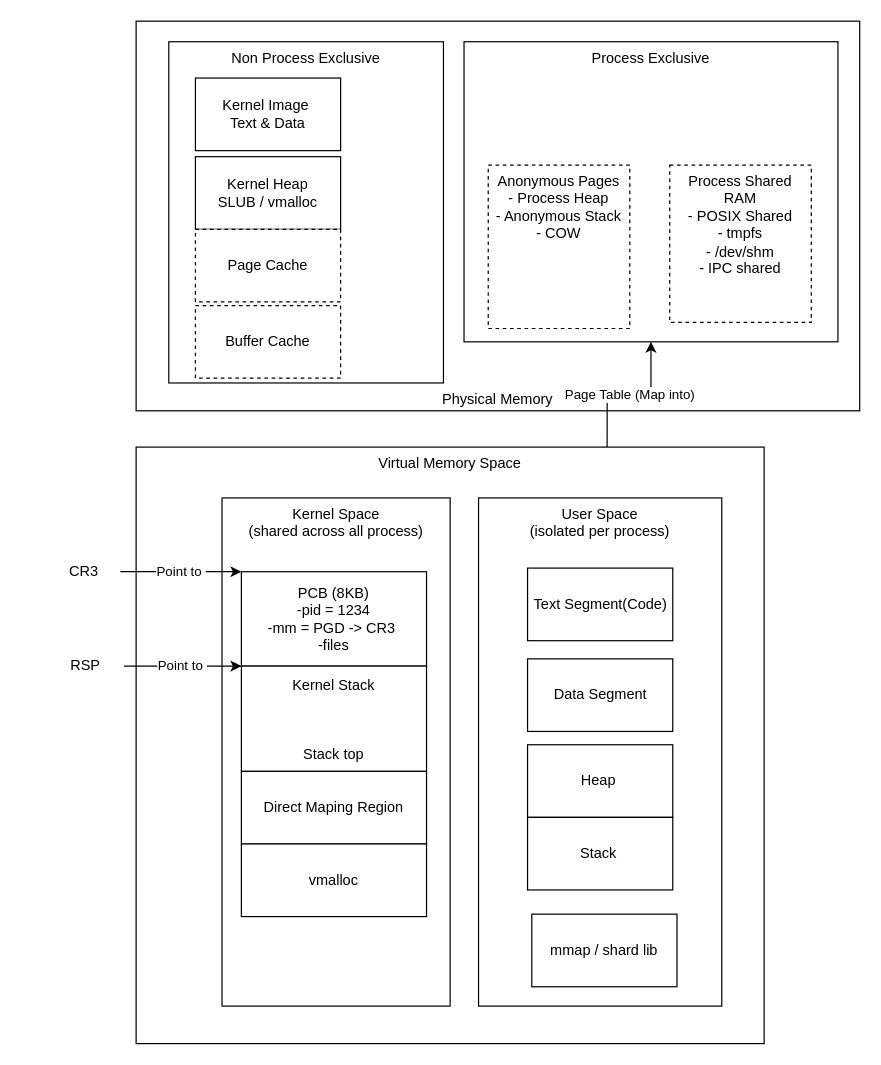
This is Linux_Mem.drawio from Albert-W/XMind, a draw.io file, before an edit. Source tidied: cells renumbered, new cells numbered last; positions are measured from the earlier drawing's top-left corner, leaving out a move shared by most shapes. Both pictures are drawn from the tidied source at 121%, with x=0, y=0 at pixel (47, 21).
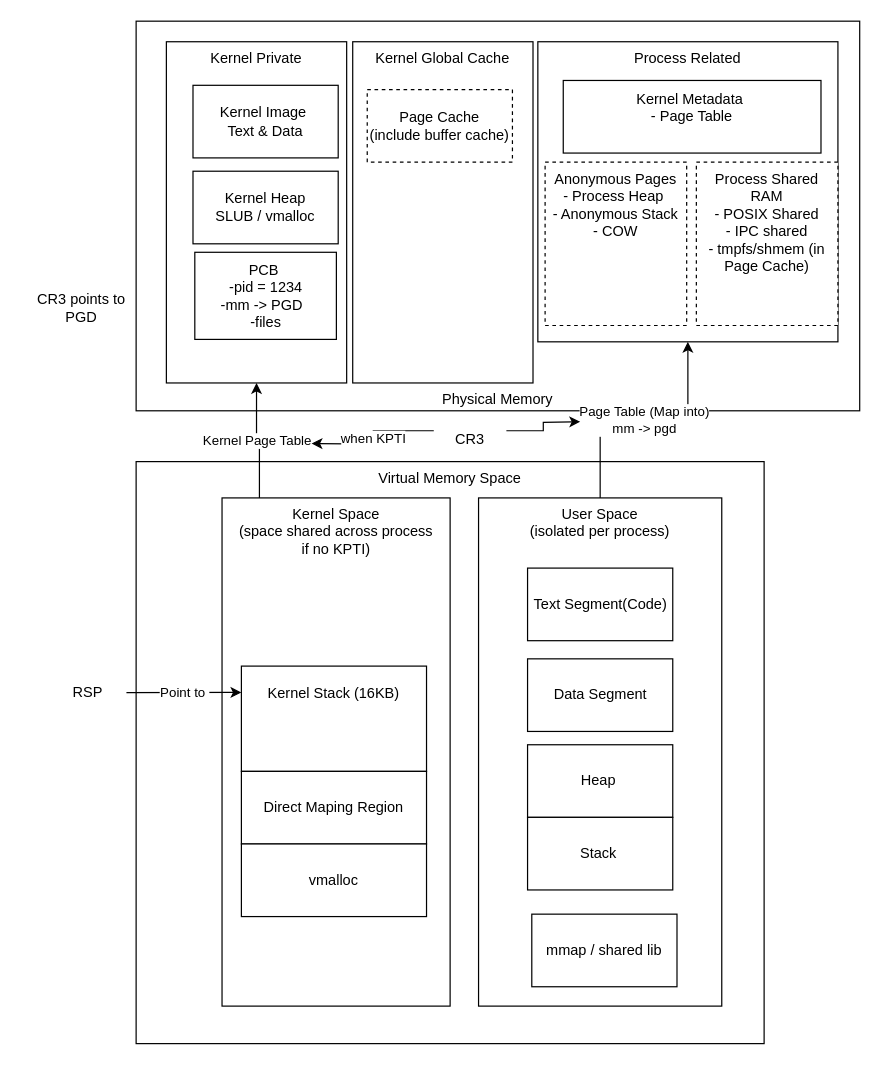
The same page after the edit.

Unchanged cells that the change refers to:
```xml
<mxCell id="15" value="User Space&lt;div&gt;(isolated per process)&lt;/div&gt;" style="rounded=0;whiteSpace=wrap;html=1;verticalAlign=top;" parent="1" vertex="1">
  <mxGeometry x="356" y="394" width="201" height="420" as="geometry" />
</mxCell>
```

What changed in the source:
```diff
@@
+    <mxCell id="4" value="Physical Memory" style="rounded=0;whiteSpace=wrap;html=1;verticalAlign=bottom;" parent="1" vertex="1">
+      <mxGeometry x="73" width="598" height="322" as="geometry" />
+    </mxCell>
+    <mxCell id="28" value="Kernel Global Cache" style="rounded=0;whiteSpace=wrap;html=1;verticalAlign=top;" parent="1" vertex="1">
+      <mxGeometry x="252" y="17" width="149" height="282" as="geometry" />
+    </mxCell>
     <mxCell id="2" value="Virtual Memory Space" style="rounded=0;whiteSpace=wrap;html=1;verticalAlign=top;" parent="1" vertex="1">
-      <mxGeometry x="73" y="352" width="519" height="493" as="geometry" />
+      <mxGeometry x="73" y="364" width="519" height="481" as="geometry" />
     </mxCell>
+    <mxCell id="29" value="Kernel Page Table" style="edgeStyle=orthogonalEdgeStyle;rounded=0;jettySize=auto;html=1;exitX=0.164;exitY=0;exitDx=0;exitDy=0;entryX=0.5;entryY=1;entryDx=0;entryDy=0;exitPerimeter=0;" parent="1" edge="1" source="3" target="6">
+      <mxGeometry relative="1" as="geometry" />
+    </mxCell>
-    <mxCell id="3" value="Kernel Space&lt;div&gt;(shared across all process)&lt;/div&gt;" style="rounded=0;whiteSpace=wrap;html=1;verticalAlign=top;" parent="1" vertex="1">
+    <mxCell id="3" value="Kernel Space&lt;div&gt;(space shared across process&lt;/div&gt;&lt;div&gt;if no KPTI)&lt;/div&gt;" style="rounded=0;whiteSpace=wrap;html=1;verticalAlign=top;" parent="1" vertex="1">
       <mxGeometry x="144" y="394" width="188.5" height="420" as="geometry" />
     </mxCell>
-    <mxCell id="4" value="Physical Memory" style="rounded=0;whiteSpace=wrap;html=1;verticalAlign=bottom;" parent="1" vertex="1">
-      <mxGeometry x="73" width="598" height="322" as="geometry" />
-    </mxCell>
-    <mxCell id="5" value="Process Exclusive" style="rounded=0;whiteSpace=wrap;html=1;verticalAlign=top;" parent="1" vertex="1">
-      <mxGeometry x="344" y="17" width="309" height="248" as="geometry" />
+    <mxCell id="5" value="Process Related" style="rounded=0;whiteSpace=wrap;html=1;verticalAlign=top;" parent="1" vertex="1">
+      <mxGeometry x="405" y="17" width="248" height="248" as="geometry" />
     </mxCell>
-    <mxCell id="6" value="Non Process Exclusive" style="rounded=0;whiteSpace=wrap;html=1;verticalAlign=top;" parent="1" vertex="1">
-      <mxGeometry x="100" y="17" width="227" height="282" as="geometry" />
+    <mxCell id="6" value="Kernel Private" style="rounded=0;whiteSpace=wrap;html=1;verticalAlign=top;" parent="1" vertex="1">
+      <mxGeometry x="98" y="17" width="149" height="282" as="geometry" />
     </mxCell>
-    <mxCell id="7" value="Page Table (Map into)" style="edgeStyle=orthogonalEdgeStyle;rounded=0;jettySize=auto;html=1;exitX=0.75;exitY=0;exitDx=0;exitDy=0;" parent="1" edge="1" source="2" target="5">
+    <mxCell id="7" value="Page Table (Map into)&lt;div&gt;mm -&amp;gt; pgd&lt;/div&gt;" style="edgeStyle=orthogonalEdgeStyle;rounded=0;jettySize=auto;html=1;" parent="1" edge="1" source="15" target="5">
       <mxGeometry relative="1" as="geometry" />
     </mxCell>
     <mxCell id="8" value="Kernel Image&amp;nbsp;&lt;br&gt;Text &amp;amp; Data" style="rounded=0;whiteSpace=wrap;html=1;" parent="1" vertex="1">
-      <mxGeometry x="122" y="47" width="120" height="60" as="geometry" />
+      <mxGeometry x="120" y="53" width="120" height="60" as="geometry" />
     </mxCell>
     <mxCell id="9" value="Kernel Heap&lt;div&gt;SLUB / vmalloc&lt;/div&gt;" style="rounded=0;whiteSpace=wrap;html=1;" parent="1" vertex="1">
-      <mxGeometry x="122" y="112" width="120" height="60" as="geometry" />
+      <mxGeometry x="120" y="124" width="120" height="60" as="geometry" />
     </mxCell>
-    <mxCell id="10" value="Anonymous Pages&lt;div&gt;- Process Heap&lt;/div&gt;&lt;div&gt;- Anonymous Stack&lt;/div&gt;&lt;div&gt;- COW&lt;/div&gt;" style="rounded=0;whiteSpace=wrap;html=1;dashed=1;verticalAlign=top;" parent="1" vertex="1">
-      <mxGeometry x="364" y="119" width="117" height="135" as="geometry" />
+    <mxCell id="10" value="Anonymous Pages&lt;div&gt;- Process Heap&amp;nbsp;&lt;/div&gt;&lt;div&gt;- Anonymous Stack&lt;/div&gt;&lt;div&gt;- COW&lt;/div&gt;" style="rounded=0;whiteSpace=wrap;html=1;dashed=1;verticalAlign=top;" parent="1" vertex="1">
+      <mxGeometry x="411" y="116.5" width="117" height="135" as="geometry" />
     </mxCell>
-    <mxCell id="11" value="Page Cache" style="rounded=0;whiteSpace=wrap;html=1;dashed=1;" parent="1" vertex="1">
-      <mxGeometry x="122" y="172" width="120" height="60" as="geometry" />
+    <mxCell id="11" value="Page Cache&lt;div&gt;(include buffer cache)&lt;/div&gt;" style="rounded=0;whiteSpace=wrap;html=1;dashed=1;" parent="1" vertex="1">
+      <mxGeometry x="264" y="56.5" width="120" height="60" as="geometry" />
     </mxCell>
-    <mxCell id="12" value="Buffer Cache" style="rounded=0;whiteSpace=wrap;html=1;dashed=1;" parent="1" vertex="1">
-      <mxGeometry x="122" y="235" width="120" height="60" as="geometry" />
-    </mxCell>
-    <mxCell id="13" value="PCB (8KB)&lt;div&gt;-pid = 1234&lt;/div&gt;&lt;div&gt;-mm = PGD -&amp;gt; CR3&amp;nbsp;&lt;/div&gt;&lt;div&gt;-files&lt;/div&gt;" style="rounded=0;whiteSpace=wrap;html=1;" parent="1" vertex="1">
-      <mxGeometry x="160" y="455" width="153" height="78" as="geometry" />
+    <mxCell id="13" value="PCB&amp;nbsp;&lt;div&gt;-pid = 1234&lt;/div&gt;&lt;div&gt;-mm -&amp;gt; PGD&amp;nbsp;&amp;nbsp;&lt;/div&gt;&lt;div&gt;-files&lt;/div&gt;" style="rounded=0;whiteSpace=wrap;html=1;" parent="1" vertex="1">
+      <mxGeometry x="121.5" y="191" width="117" height="72" as="geometry" />
     </mxCell>
-    <mxCell id="14" value="Process Shared RAM&lt;div&gt;- POSIX Shared&lt;/div&gt;&lt;div&gt;- tmpfs&lt;/div&gt;&lt;div&gt;- /dev/shm&lt;/div&gt;&lt;div&gt;- IPC shared&lt;/div&gt;" style="rounded=0;whiteSpace=wrap;html=1;dashed=1;verticalAlign=top;" parent="1" vertex="1">
-      <mxGeometry x="514" y="119" width="117" height="130" as="geometry" />
+    <mxCell id="14" value="Process Shared RAM&lt;div&gt;- POSIX Shared&lt;/div&gt;&lt;div&gt;- IPC shared&lt;/div&gt;&lt;div&gt;- tmpfs/shmem (in Page Cache)&lt;/div&gt;" style="rounded=0;whiteSpace=wrap;html=1;dashed=1;verticalAlign=top;" parent="1" vertex="1">
+      <mxGeometry x="536" y="116.5" width="117" height="135" as="geometry" />
     </mxCell>
@@
-    <mxCell id="16" value="Kernel Stack&lt;div&gt;&lt;br&gt;&lt;/div&gt;&lt;div&gt;&lt;br&gt;&lt;/div&gt;&lt;div&gt;&lt;br&gt;&lt;/div&gt;&lt;div&gt;Stack top&lt;/div&gt;" style="rounded=0;whiteSpace=wrap;html=1;" parent="1" vertex="1">
+    <mxCell id="16" value="Kernel Stack (16KB)&lt;div&gt;&lt;br&gt;&lt;/div&gt;&lt;div&gt;&lt;br&gt;&lt;/div&gt;&lt;div&gt;&lt;br&gt;&lt;/div&gt;" style="rounded=0;whiteSpace=wrap;html=1;" parent="1" vertex="1">
       <mxGeometry x="160" y="533" width="153" height="87" as="geometry" />
     </mxCell>
@@
-    <mxCell id="21" value="mmap / shard lib" style="rounded=0;whiteSpace=wrap;html=1;" parent="1" vertex="1">
+    <mxCell id="21" value="mmap / shared lib" style="rounded=0;whiteSpace=wrap;html=1;" parent="1" vertex="1">
       <mxGeometry x="400" y="738" width="120" height="60" as="geometry" />
     </mxCell>
-    <mxCell id="22" value="Point to&amp;nbsp;" style="rounded=0;jettySize=auto;html=1;exitX=1;exitY=0.5;exitDx=0;exitDy=0;entryX=0;entryY=0;entryDx=0;entryDy=0;" parent="1" edge="1" source="23" target="16">
+    <mxCell id="22" value="Point to&amp;nbsp;" style="rounded=0;jettySize=auto;html=1;exitX=1;exitY=0.5;exitDx=0;exitDy=0;entryX=0;entryY=0.25;entryDx=0;entryDy=0;" parent="1" edge="1" source="23" target="16">
       <mxGeometry relative="1" as="geometry" />
     </mxCell>
     <mxCell id="23" value="RSP&amp;nbsp;" style="text;html=1;whiteSpace=wrap;strokeColor=none;fillColor=none;align=center;verticalAlign=middle;rounded=0;" parent="1" vertex="1">
-      <mxGeometry x="3" y="518" width="60" height="30" as="geometry" />
+      <mxGeometry x="5" y="540" width="60" height="30" as="geometry" />
     </mxCell>
-    <mxCell id="24" value="Point to&amp;nbsp;" style="rounded=0;jettySize=auto;html=1;exitX=1;exitY=0.5;exitDx=0;exitDy=0;entryX=0;entryY=0;entryDx=0;entryDy=0;" parent="1" edge="1" source="25" target="13">
-      <mxGeometry relative="1" as="geometry" />
-    </mxCell>
+    <mxCell id="30" value="when KPTI" style="edgeStyle=orthogonalEdgeStyle;rounded=0;jettySize=auto;html=1;exitX=0;exitY=0.25;exitDx=0;exitDy=0;" parent="1" edge="1" source="25">
+      <mxGeometry relative="1" as="geometry">
+        <mxPoint x="218" y="349" as="targetPoint" />
+      </mxGeometry>
+    </mxCell>
+    <mxCell id="31" style="edgeStyle=orthogonalEdgeStyle;rounded=0;jettySize=auto;html=1;exitX=1;exitY=0.25;exitDx=0;exitDy=0;" parent="1" edge="1" source="25">
+      <mxGeometry relative="1" as="geometry">
+        <mxPoint x="440" y="331" as="targetPoint" />
+      </mxGeometry>
+    </mxCell>
     <mxCell id="25" value="CR3" style="text;html=1;whiteSpace=wrap;strokeColor=none;fillColor=none;align=center;verticalAlign=middle;rounded=0;" parent="1" vertex="1">
-      <mxGeometry y="440" width="60" height="30" as="geometry" />
+      <mxGeometry x="319" y="331" width="60" height="30" as="geometry" />
     </mxCell>
@@
+    <mxCell id="32" value="Kernel Metadata&amp;nbsp;&lt;br&gt;- Page Table&lt;div&gt;&lt;br/&gt;&lt;/div&gt;" style="rounded=0;whiteSpace=wrap;html=1;" parent="1" vertex="1">
+      <mxGeometry x="426" y="49" width="213" height="60" as="geometry" />
+    </mxCell>
+    <mxCell id="33" value="CR3 points to PGD" style="text;html=1;whiteSpace=wrap;strokeColor=none;fillColor=none;align=center;verticalAlign=middle;rounded=0;" parent="1" vertex="1">
+      <mxGeometry x="-22" y="220" width="100" height="34.5" as="geometry" />
+    </mxCell>
```
